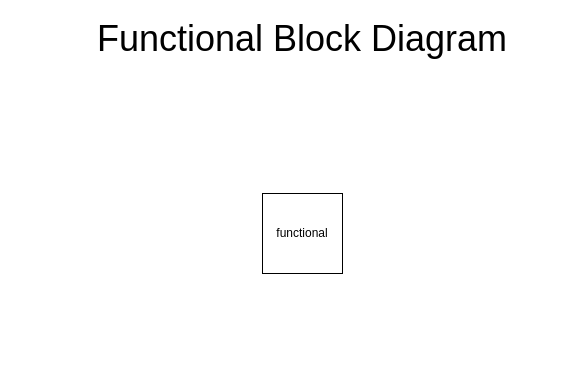
Before: diagrams/functional_block_diagram.drawio in martintara/kaffeknekt, a draw.io diagram. Source tidied: cells renumbered, new cells numbered last; positions are measured from the earlier drawing's top-left corner, leaving out a move shared by most shapes. Both pictures are drawn from the tidied source at 100%, with x=0, y=0 at pixel (47, 23).
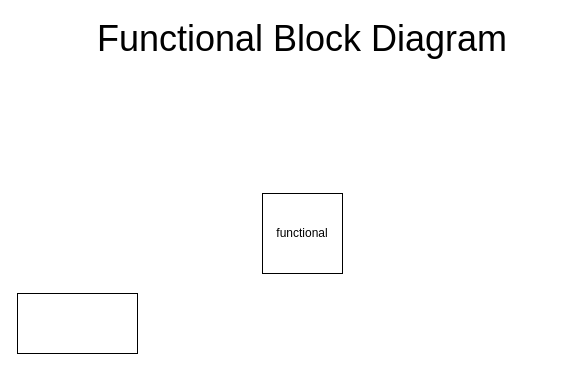
Above is the later version.

Change to the diagram source:
```diff
@@
 <mxGraphModel>
   <root>
     <mxCell id="0" />
     <mxCell id="1" parent="0" />
     <mxCell id="2" value="&lt;font style=&quot;font-size: 36px;&quot;&gt;Functional Block Diagram&lt;/font&gt;" style="text;html=1;align=center;verticalAlign=middle;whiteSpace=wrap;rounded=0;" parent="1" vertex="1">
       <mxGeometry width="510" height="30" as="geometry" />
     </mxCell>
     <mxCell id="3" value="functional" style="whiteSpace=wrap;html=1;" parent="1" vertex="1">
       <mxGeometry x="215" y="170" width="80" height="80" as="geometry" />
     </mxCell>
+    <mxCell id="4" style="whiteSpace=wrap;html=1;" parent="1" vertex="1">
+      <mxGeometry x="-30" y="270" width="120" height="60" as="geometry" />
+    </mxCell>
   </root>
 </mxGraphModel>
```
